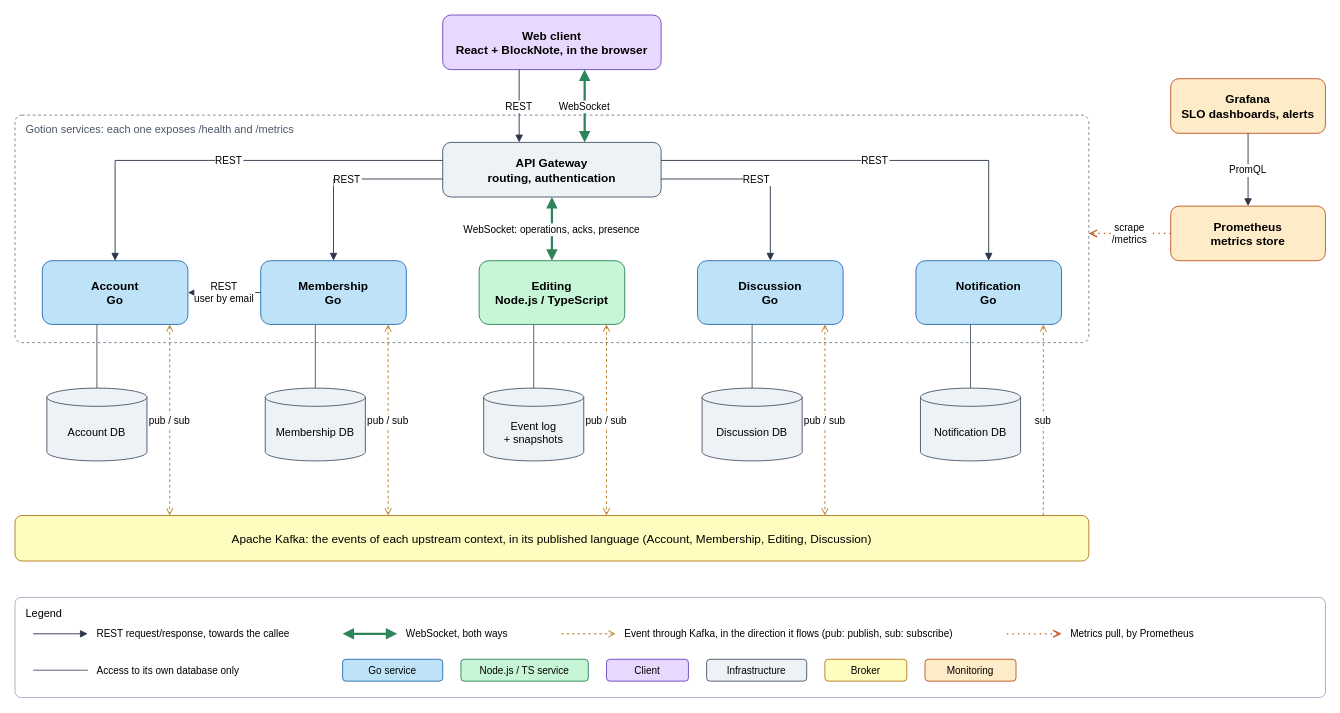
Bending-Forks/gotion keeps this draw.io diagram as docs/assets/components-and-connectors/gotion.drawio. Above is the earlier version. Source tidied: cells renumbered, new cells numbered last; positions are measured from the earlier drawing's top-left corner, leaving out a move shared by most shapes. Both pictures are drawn from the tidied source at 91%, with x=0, y=0 at pixel (15, 15).
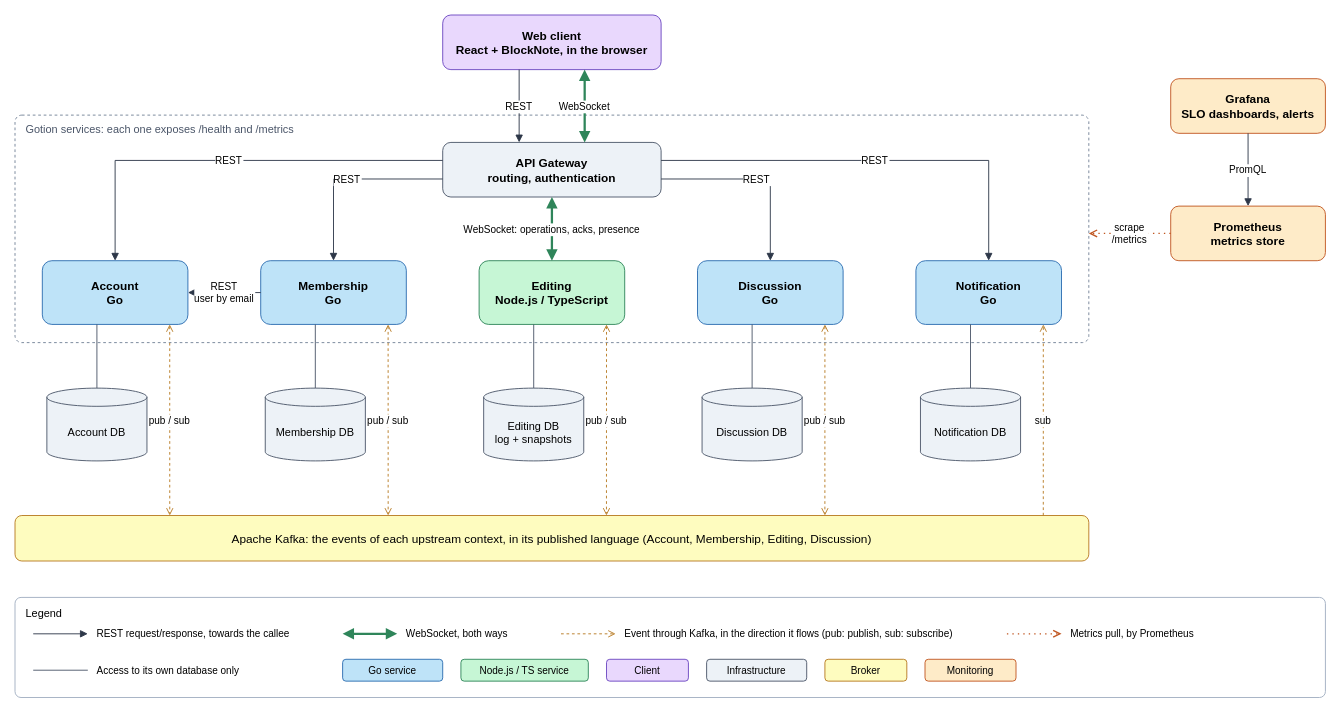
The same page after the edit.

Diff of the diagram source:
```diff
@@
-    <mxCell id="12" value="Event log&#10;+ snapshots" style="shape=cylinder3;html=0;boundedLbl=1;size=10;fillColor=#edf2f7;strokeColor=#4a5568;fontSize=12;" parent="1" vertex="1">
+    <mxCell id="12" value="Editing DB&#10;log + snapshots" style="shape=cylinder3;html=0;boundedLbl=1;size=10;fillColor=#edf2f7;strokeColor=#4a5568;fontSize=12;" parent="1" vertex="1">
       <mxGeometry x="515" y="410" width="110" height="80" as="geometry" />
     </mxCell>
```
